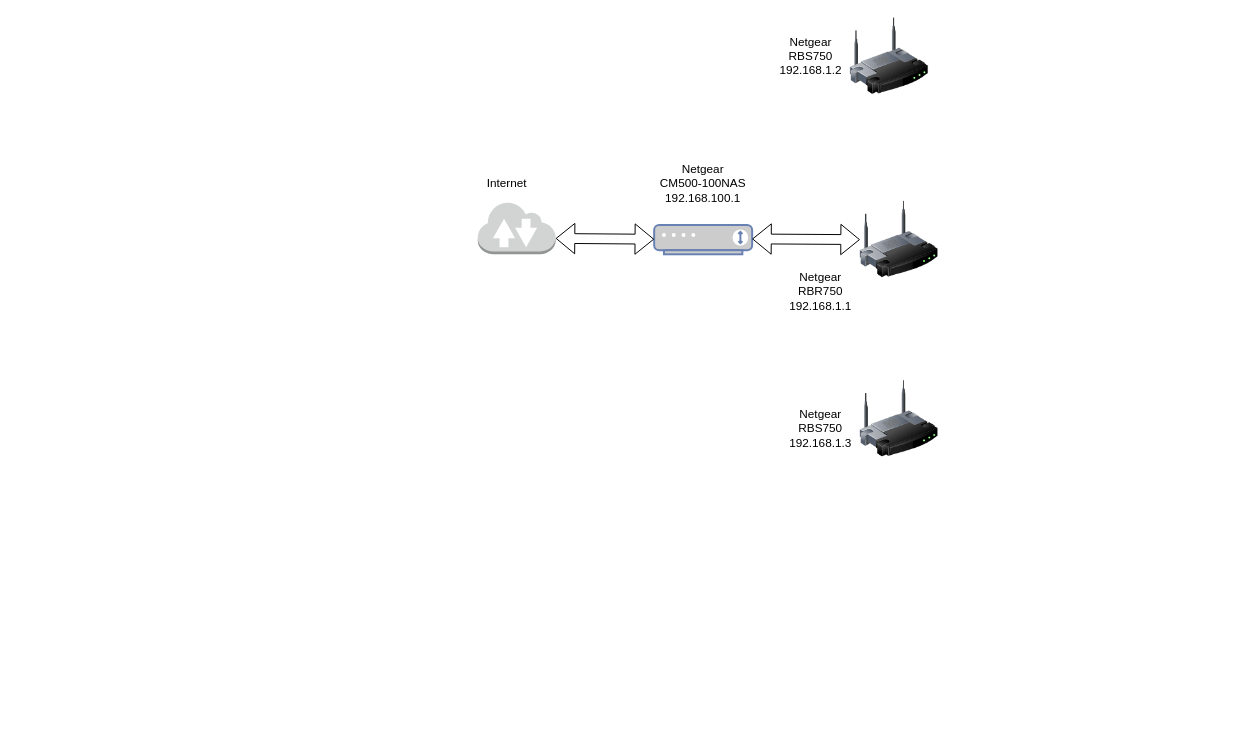
This is homelab.drawio from nomi25home/nomi25home, a draw.io file, before an edit. Source tidied: cells renumbered, new cells numbered last; positions are measured from the earlier drawing's top-left corner, leaving out a move shared by most shapes. Both pictures are drawn from the tidied source at 98%, with x=0, y=0 at pixel (448, 17).
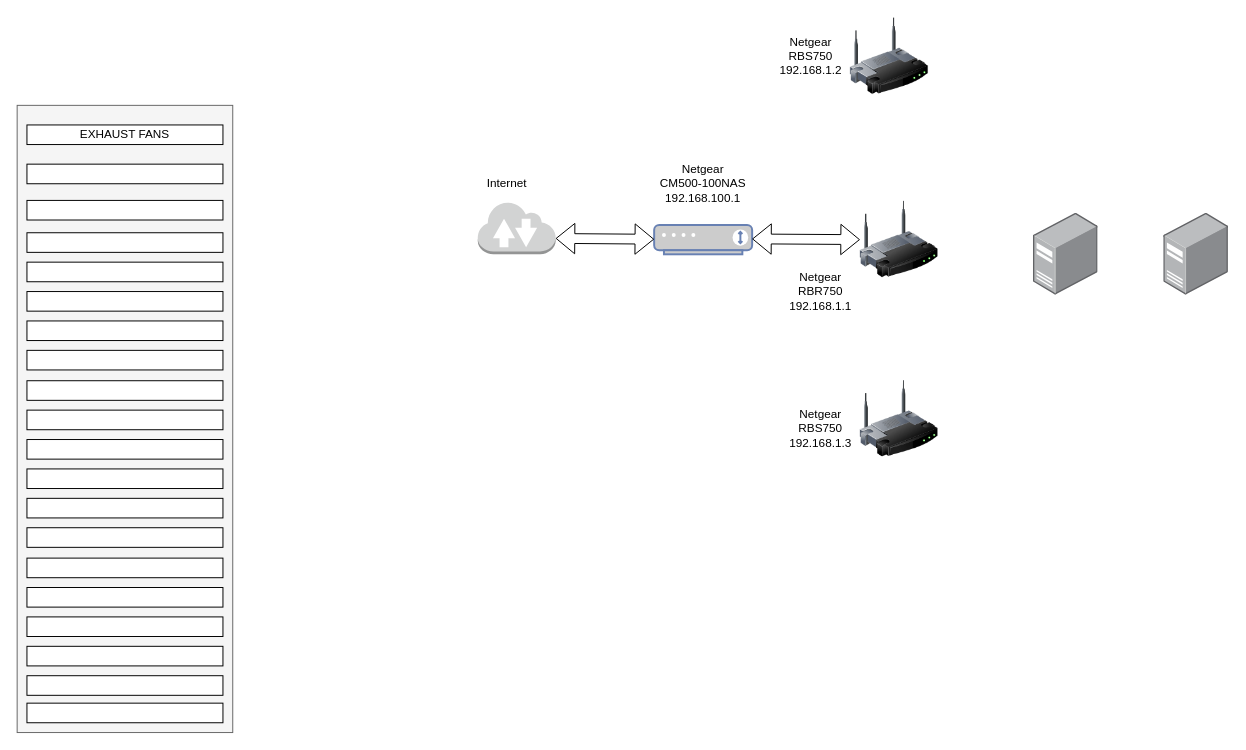
After the change.

The edit, as a diff of the source:
```diff
@@
+    <mxCell id="14" style="image;html=1;align=center;shadow=0;dashed=0;image=img/lib/allied_telesis/computer_and_terminals/Server_Desktop.svg;" parent="1" vertex="1">
+      <mxGeometry x="597" y="200" width="66" height="83.7" as="geometry" />
+    </mxCell>
+    <mxCell id="15" style="image;html=1;align=center;shadow=0;dashed=0;image=img/lib/allied_telesis/computer_and_terminals/Server_Desktop.svg;" parent="1" vertex="1">
+      <mxGeometry x="730" y="200" width="66" height="83.7" as="geometry" />
+    </mxCell>
+    <mxCell id="16" style="rounded=0;whiteSpace=wrap;html=1;fillStyle=auto;fillColor=#f5f5f5;fontColor=#333333;strokeColor=#666666;" parent="1" vertex="1">
+      <mxGeometry x="-440" y="90" width="220" height="640" as="geometry" />
+    </mxCell>
+    <mxCell id="17" style="rounded=0;whiteSpace=wrap;html=1;" parent="1" vertex="1">
+      <mxGeometry x="-430" y="700" width="200" height="20" as="geometry" />
+    </mxCell>
+    <mxCell id="18" style="rounded=0;whiteSpace=wrap;html=1;" parent="1" vertex="1">
+      <mxGeometry x="-430" y="672" width="200" height="20" as="geometry" />
+    </mxCell>
+    <mxCell id="19" style="rounded=0;whiteSpace=wrap;html=1;" parent="1" vertex="1">
+      <mxGeometry x="-430" y="642" width="200" height="20" as="geometry" />
+    </mxCell>
+    <mxCell id="20" style="rounded=0;whiteSpace=wrap;html=1;" parent="1" vertex="1">
+      <mxGeometry x="-430" y="612" width="200" height="20" as="geometry" />
+    </mxCell>
+    <mxCell id="21" style="rounded=0;whiteSpace=wrap;html=1;" parent="1" vertex="1">
+      <mxGeometry x="-430" y="582" width="200" height="20" as="geometry" />
+    </mxCell>
+    <mxCell id="22" style="rounded=0;whiteSpace=wrap;html=1;" parent="1" vertex="1">
+      <mxGeometry x="-430" y="552" width="200" height="20" as="geometry" />
+    </mxCell>
+    <mxCell id="23" style="rounded=0;whiteSpace=wrap;html=1;" parent="1" vertex="1">
+      <mxGeometry x="-430" y="521" width="200" height="20" as="geometry" />
+    </mxCell>
+    <mxCell id="24" style="rounded=0;whiteSpace=wrap;html=1;" parent="1" vertex="1">
+      <mxGeometry x="-430" y="491" width="200" height="20" as="geometry" />
+    </mxCell>
+    <mxCell id="25" style="rounded=0;whiteSpace=wrap;html=1;" parent="1" vertex="1">
+      <mxGeometry x="-430" y="461" width="200" height="20" as="geometry" />
+    </mxCell>
+    <mxCell id="26" style="rounded=0;whiteSpace=wrap;html=1;" parent="1" vertex="1">
+      <mxGeometry x="-430" y="431" width="200" height="20" as="geometry" />
+    </mxCell>
+    <mxCell id="27" style="rounded=0;whiteSpace=wrap;html=1;" parent="1" vertex="1">
+      <mxGeometry x="-430" y="401" width="200" height="20" as="geometry" />
+    </mxCell>
+    <mxCell id="28" style="rounded=0;whiteSpace=wrap;html=1;" parent="1" vertex="1">
+      <mxGeometry x="-430" y="371" width="200" height="20" as="geometry" />
+    </mxCell>
+    <mxCell id="29" style="rounded=0;whiteSpace=wrap;html=1;" parent="1" vertex="1">
+      <mxGeometry x="-430" y="340" width="200" height="20" as="geometry" />
+    </mxCell>
+    <mxCell id="30" style="rounded=0;whiteSpace=wrap;html=1;" parent="1" vertex="1">
+      <mxGeometry x="-430" y="310" width="200" height="20" as="geometry" />
+    </mxCell>
+    <mxCell id="31" style="rounded=0;whiteSpace=wrap;html=1;" parent="1" vertex="1">
+      <mxGeometry x="-430" y="280" width="200" height="20" as="geometry" />
+    </mxCell>
+    <mxCell id="32" style="rounded=0;whiteSpace=wrap;html=1;" parent="1" vertex="1">
+      <mxGeometry x="-430" y="250" width="200" height="20" as="geometry" />
+    </mxCell>
+    <mxCell id="33" style="rounded=0;whiteSpace=wrap;html=1;" parent="1" vertex="1">
+      <mxGeometry x="-430" y="220" width="200" height="20" as="geometry" />
+    </mxCell>
+    <mxCell id="34" style="rounded=0;whiteSpace=wrap;html=1;" parent="1" vertex="1">
+      <mxGeometry x="-430" y="187" width="200" height="20" as="geometry" />
+    </mxCell>
+    <mxCell id="35" style="rounded=0;whiteSpace=wrap;html=1;" parent="1" vertex="1">
+      <mxGeometry x="-430" y="150" width="200" height="20" as="geometry" />
+    </mxCell>
+    <mxCell id="36" value="EXHAUST FANS" style="rounded=0;whiteSpace=wrap;html=1;" parent="1" vertex="1">
+      <mxGeometry x="-430" y="110" width="200" height="20" as="geometry" />
+    </mxCell>
```
